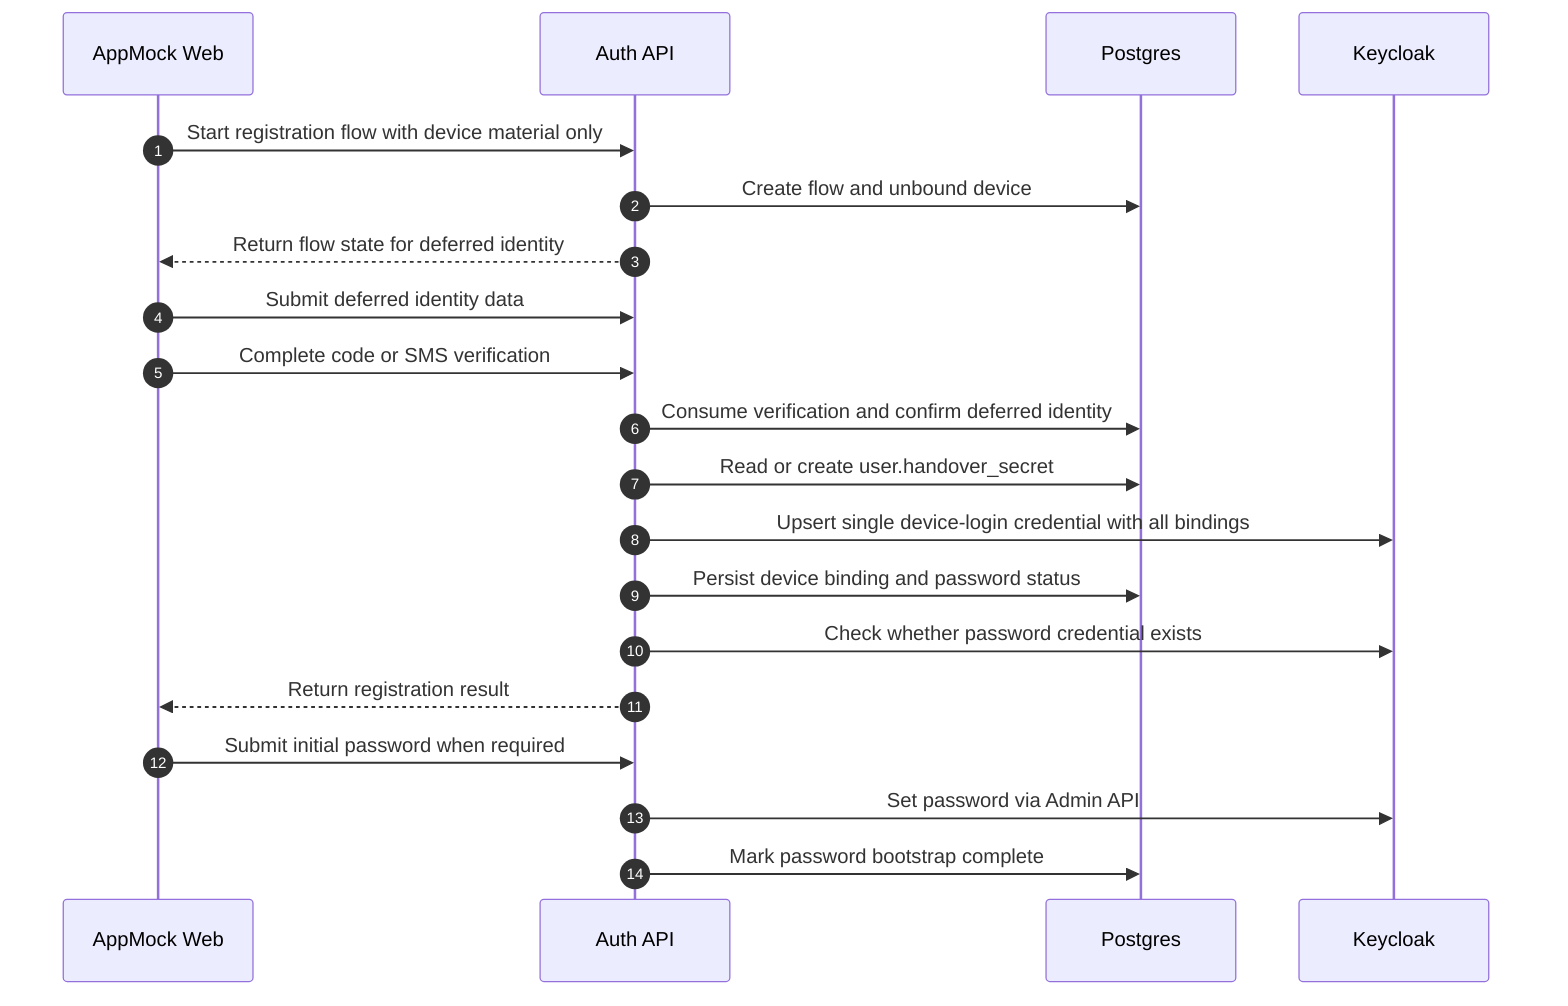
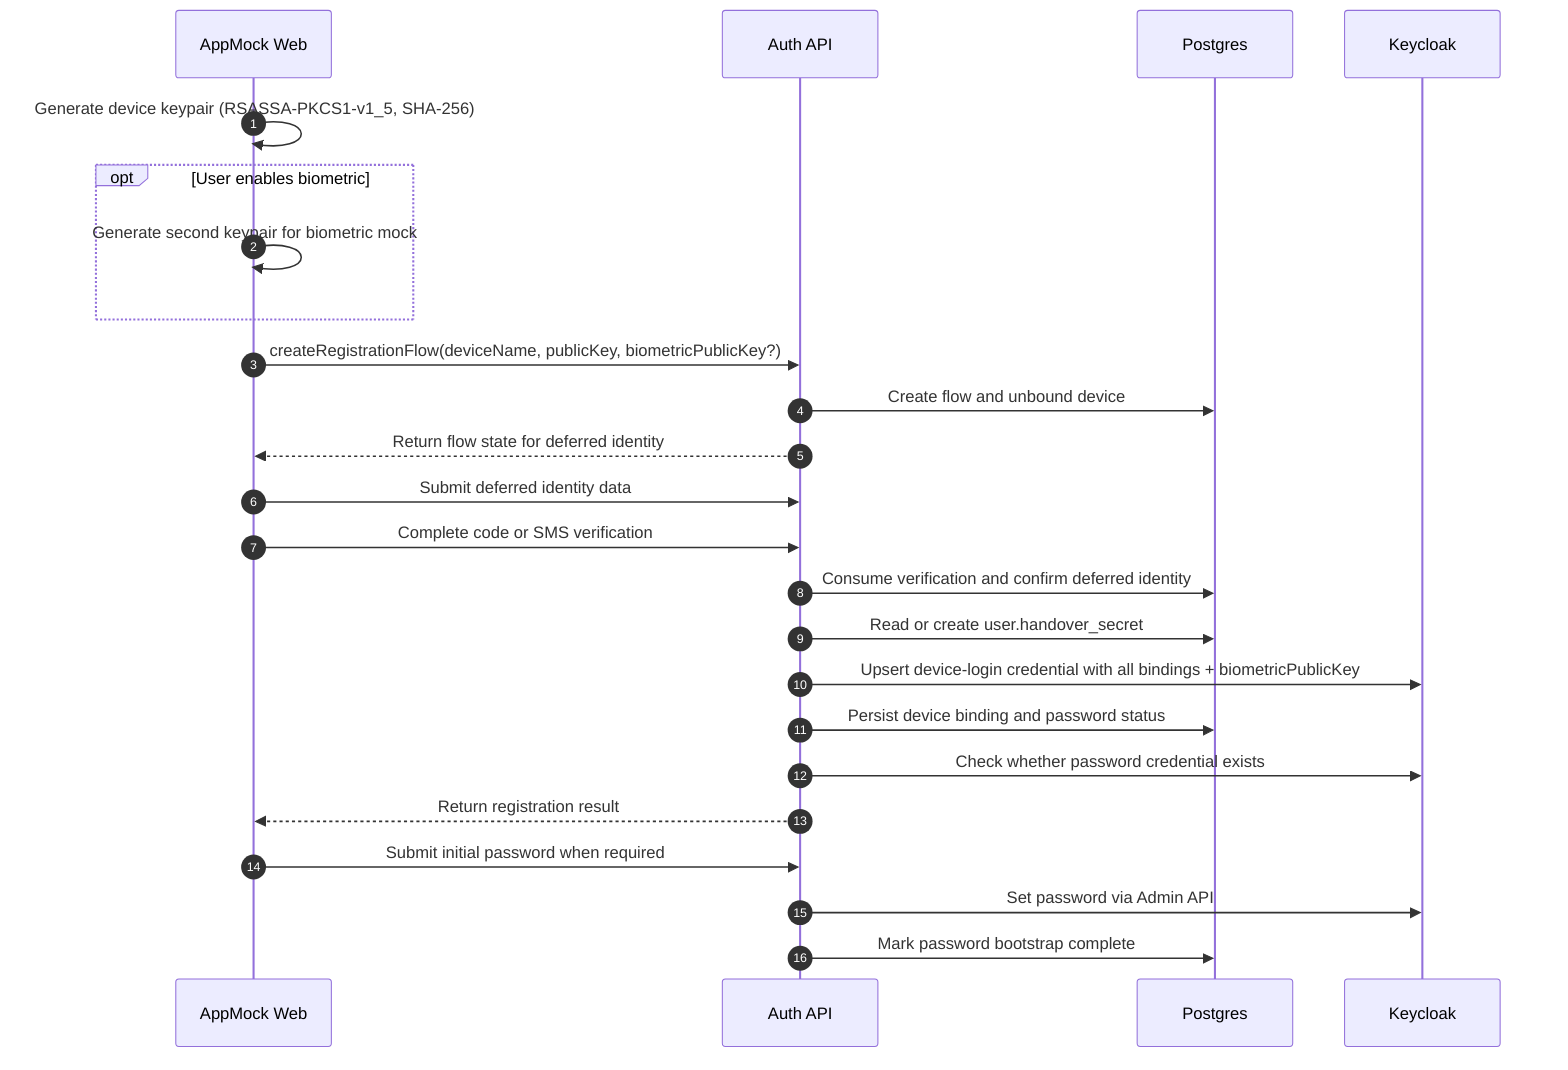
sequenceDiagram
  autonumber
  participant App as AppMock Web
  participant Auth as Auth API
  participant DB as Postgres
  participant KC as Keycloak

-   App->>Auth: Start registration flow with device material only
+   App->>App: Generate device keypair (RSASSA-PKCS1-v1_5, SHA-256)
+   opt User enables biometric
+     App->>App: Generate second keypair for biometric mock
+   end
+   App->>Auth: createRegistrationFlow(deviceName, publicKey, biometricPublicKey?)
  Auth->>DB: Create flow and unbound device
  Auth-->>App: Return flow state for deferred identity
  App->>Auth: Submit deferred identity data
  App->>Auth: Complete code or SMS verification
  Auth->>DB: Consume verification and confirm deferred identity
  Auth->>DB: Read or create user.handover_secret
-   Auth->>KC: Upsert single device-login credential with all bindings
+   Auth->>KC: Upsert device-login credential with all bindings + biometricPublicKey
  Auth->>DB: Persist device binding and password status
  Auth->>KC: Check whether password credential exists
  Auth-->>App: Return registration result
  App->>Auth: Submit initial password when required
  Auth->>KC: Set password via Admin API
  Auth->>DB: Mark password bootstrap complete